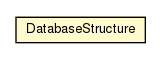
Earlier version of the Graphviz export javadoc/coreserver/com/connectlife/coreserver/config/DatabaseStructure.png (ericpinet/ConnectLife). Its source is kept beside it as javadoc/coreserver/com/connectlife/coreserver/config/DatabaseStructure.dot. Source of this version:
```dot

digraph G {
	edge [fontname="Helvetica",fontsize=10,labelfontname="Helvetica",labelfontsize=10];
	node [fontname="Helvetica",fontsize=10,shape=plaintext];
	nodesep=0.25;
	ranksep=0.5;
	c1939 [label=<<table title="com.connectlife.coreserver.config.DatabaseStructure" border="0" cellborder="1" cellspacing="0" cellpadding="2" port="p" bgcolor="lemonChiffon" href="./DatabaseStructure.html">
		<tr><td><table border="0" cellspacing="0" cellpadding="1">
<tr><td align="center" balign="center"> DatabaseStructure </td></tr>
		</table></td></tr>
		</table>>, fontname="Helvetica", fontcolor="black", fontsize=10.0];
}
```
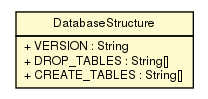
Above is the later version.

Diff of the diagram source:
```diff
@@ -4,9 +4,14 @@
 	node [fontname="Helvetica",fontsize=10,shape=plaintext];
 	nodesep=0.25;
 	ranksep=0.5;
-	c1939 [label=<<table title="com.connectlife.coreserver.config.DatabaseStructure" border="0" cellborder="1" cellspacing="0" cellpadding="2" port="p" bgcolor="lemonChiffon" href="./DatabaseStructure.html">
+	c2080 [label=<<table title="com.connectlife.coreserver.config.DatabaseStructure" border="0" cellborder="1" cellspacing="0" cellpadding="2" port="p" bgcolor="lemonChiffon" href="./DatabaseStructure.html">
 		<tr><td><table border="0" cellspacing="0" cellpadding="1">
 <tr><td align="center" balign="center"> DatabaseStructure </td></tr>
 		</table></td></tr>
-		</table>>, fontname="Helvetica", fontcolor="black", fontsize=10.0];
+		<tr><td><table border="0" cellspacing="0" cellpadding="1">
+<tr><td align="left" balign="left"> + VERSION : String </td></tr>
+<tr><td align="left" balign="left"> + DROP_TABLES : String[] </td></tr>
+<tr><td align="left" balign="left"> + CREATE_TABLES : String[] </td></tr>
+		</table></td></tr>
+		</table>>, fontname="Helvetica", fontcolor="black", fontsize=9.0];
 }
```
